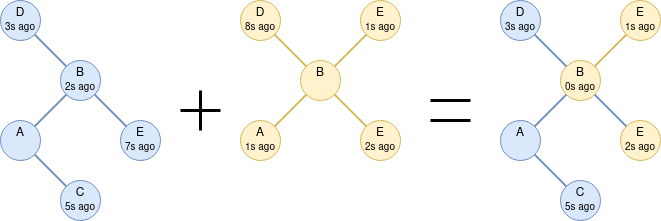
Before: images/lsa.png, a diagram exported from draw.io (benmandrew/DTLSR-Dissertation). Source tidied: cells renumbered, new cells last; positions are measured from the earlier drawing's top-left corner, leaving out a move shared by most shapes.
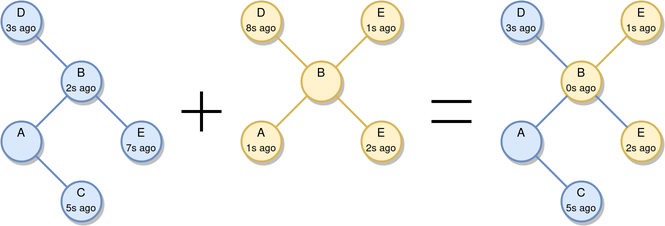
After the change.

The edit, as a diff of the source:
```diff
@@ -2,22 +2,22 @@
   <root>
     <mxCell id="0" />
     <mxCell id="1" parent="0" />
-    <mxCell id="2" value="&lt;div&gt;A&lt;/div&gt;&lt;font style=&quot;font-size: 10px&quot;&gt;&lt;br&gt;&lt;/font&gt;" style="ellipse;whiteSpace=wrap;html=1;fillColor=#dae8fc;strokeColor=#6c8ebf;" parent="1" vertex="1">
+    <mxCell id="2" value="&lt;div&gt;A&lt;/div&gt;&lt;font style=&quot;font-size: 10px&quot;&gt;&lt;br&gt;&lt;/font&gt;" style="ellipse;whiteSpace=wrap;html=1;fillColor=#dae8fc;strokeColor=#6c8ebf;strokeWidth=2;shadow=1;" parent="1" vertex="1">
       <mxGeometry y="120" width="40" height="40" as="geometry" />
     </mxCell>
-    <mxCell id="3" value="&lt;div&gt;C&lt;/div&gt;&lt;div&gt;&lt;font style=&quot;font-size: 10px&quot;&gt;5s ago&lt;/font&gt;&lt;/div&gt;" style="ellipse;whiteSpace=wrap;html=1;fillColor=#dae8fc;strokeColor=#6c8ebf;" parent="1" vertex="1">
+    <mxCell id="3" value="&lt;div&gt;C&lt;/div&gt;&lt;div&gt;&lt;font style=&quot;font-size: 10px&quot;&gt;5s ago&lt;/font&gt;&lt;/div&gt;" style="ellipse;whiteSpace=wrap;html=1;fillColor=#dae8fc;strokeColor=#6c8ebf;strokeWidth=2;shadow=1;" parent="1" vertex="1">
       <mxGeometry x="60" y="180" width="40" height="40" as="geometry" />
     </mxCell>
-    <mxCell id="4" value="B&lt;br&gt;&lt;div&gt;&lt;font style=&quot;font-size: 10px&quot;&gt;2s ago&lt;/font&gt;&lt;/div&gt;" style="ellipse;whiteSpace=wrap;html=1;fillColor=#dae8fc;strokeColor=#6c8ebf;" parent="1" vertex="1">
+    <mxCell id="4" value="B&lt;br&gt;&lt;div&gt;&lt;font style=&quot;font-size: 10px&quot;&gt;2s ago&lt;/font&gt;&lt;/div&gt;" style="ellipse;whiteSpace=wrap;html=1;fillColor=#dae8fc;strokeColor=#6c8ebf;strokeWidth=2;shadow=1;" parent="1" vertex="1">
       <mxGeometry x="60" y="60" width="40" height="40" as="geometry" />
     </mxCell>
-    <mxCell id="5" value="&lt;div&gt;D&lt;/div&gt;&lt;div&gt;&lt;font style=&quot;font-size: 10px&quot;&gt;3s ago&lt;/font&gt;&lt;/div&gt;" style="ellipse;whiteSpace=wrap;html=1;fillColor=#dae8fc;strokeColor=#6c8ebf;" parent="1" vertex="1">
+    <mxCell id="5" value="&lt;div&gt;D&lt;/div&gt;&lt;div&gt;&lt;font style=&quot;font-size: 10px&quot;&gt;3s ago&lt;/font&gt;&lt;/div&gt;" style="ellipse;whiteSpace=wrap;html=1;fillColor=#dae8fc;strokeColor=#6c8ebf;strokeWidth=2;shadow=1;" parent="1" vertex="1">
       <mxGeometry width="40" height="40" as="geometry" />
     </mxCell>
-    <mxCell id="6" value="&lt;div&gt;E&lt;/div&gt;&lt;div&gt;&lt;font style=&quot;font-size: 10px&quot;&gt;1s ago&lt;/font&gt;&lt;/div&gt;" style="ellipse;whiteSpace=wrap;html=1;fillColor=#fff2cc;strokeColor=#d6b656;" parent="1" vertex="1">
+    <mxCell id="6" value="&lt;div&gt;E&lt;/div&gt;&lt;div&gt;&lt;font style=&quot;font-size: 10px&quot;&gt;1s ago&lt;/font&gt;&lt;/div&gt;" style="ellipse;whiteSpace=wrap;html=1;fillColor=#fff2cc;strokeColor=#d6b656;strokeWidth=2;shadow=1;" parent="1" vertex="1">
       <mxGeometry x="360" width="40" height="40" as="geometry" />
     </mxCell>
-    <mxCell id="7" value="&lt;div&gt;E&lt;/div&gt;&lt;div&gt;&lt;font style=&quot;font-size: 10px&quot;&gt;7s ago&lt;/font&gt;&lt;/div&gt;" style="ellipse;whiteSpace=wrap;html=1;fillColor=#dae8fc;strokeColor=#6c8ebf;" parent="1" vertex="1">
+    <mxCell id="7" value="&lt;div&gt;E&lt;/div&gt;&lt;div&gt;&lt;font style=&quot;font-size: 10px&quot;&gt;7s ago&lt;/font&gt;&lt;/div&gt;" style="ellipse;whiteSpace=wrap;html=1;fillColor=#dae8fc;strokeColor=#6c8ebf;strokeWidth=2;shadow=1;" parent="1" vertex="1">
       <mxGeometry x="120" y="120" width="40" height="40" as="geometry" />
     </mxCell>
     <mxCell id="8" style="endArrow=none;html=1;rounded=0;exitX=1;exitY=0;exitDx=0;exitDy=0;entryX=0;entryY=1;entryDx=0;entryDy=0;strokeWidth=2;fillColor=#dae8fc;strokeColor=#6c8ebf;" parent="1" edge="1" source="2" target="4">
@@ -35,16 +35,16 @@
     <mxCell id="12" style="endArrow=none;html=1;rounded=0;exitX=1;exitY=0;exitDx=0;exitDy=0;entryX=0;entryY=1;entryDx=0;entryDy=0;strokeWidth=2;fillColor=#fff2cc;strokeColor=#d6b656;" parent="1" edge="1" source="14" target="6">
       <mxGeometry relative="1" as="geometry" />
     </mxCell>
-    <mxCell id="13" value="&lt;div&gt;A&lt;/div&gt;&lt;font style=&quot;font-size: 10px&quot;&gt;1s ago&lt;/font&gt;" style="ellipse;whiteSpace=wrap;html=1;fillColor=#fff2cc;strokeColor=#d6b656;" parent="1" vertex="1">
+    <mxCell id="13" value="&lt;div&gt;A&lt;/div&gt;&lt;font style=&quot;font-size: 10px&quot;&gt;1s ago&lt;/font&gt;" style="ellipse;whiteSpace=wrap;html=1;fillColor=#fff2cc;strokeColor=#d6b656;strokeWidth=2;shadow=1;" parent="1" vertex="1">
       <mxGeometry x="240" y="120" width="40" height="40" as="geometry" />
     </mxCell>
-    <mxCell id="14" value="B&lt;br&gt;&lt;div&gt;&lt;font style=&quot;font-size: 10px&quot;&gt;&lt;br&gt;&lt;/font&gt;&lt;/div&gt;" style="ellipse;whiteSpace=wrap;html=1;fillColor=#fff2cc;strokeColor=#d6b656;" parent="1" vertex="1">
+    <mxCell id="14" value="B&lt;br&gt;&lt;div&gt;&lt;font style=&quot;font-size: 10px&quot;&gt;&lt;br&gt;&lt;/font&gt;&lt;/div&gt;" style="ellipse;whiteSpace=wrap;html=1;fillColor=#fff2cc;strokeColor=#d6b656;strokeWidth=2;shadow=1;" parent="1" vertex="1">
       <mxGeometry x="300" y="60" width="40" height="40" as="geometry" />
     </mxCell>
-    <mxCell id="15" value="&lt;div&gt;D&lt;/div&gt;&lt;div&gt;&lt;font style=&quot;font-size: 10px&quot;&gt;8s ago&lt;/font&gt;&lt;/div&gt;" style="ellipse;whiteSpace=wrap;html=1;fillColor=#fff2cc;strokeColor=#d6b656;" parent="1" vertex="1">
+    <mxCell id="15" value="&lt;div&gt;D&lt;/div&gt;&lt;div&gt;&lt;font style=&quot;font-size: 10px&quot;&gt;8s ago&lt;/font&gt;&lt;/div&gt;" style="ellipse;whiteSpace=wrap;html=1;fillColor=#fff2cc;strokeColor=#d6b656;strokeWidth=2;shadow=1;" parent="1" vertex="1">
       <mxGeometry x="240" width="40" height="40" as="geometry" />
     </mxCell>
-    <mxCell id="16" value="&lt;div&gt;E&lt;br&gt;&lt;/div&gt;&lt;font style=&quot;font-size: 10px&quot;&gt;2s ago&lt;/font&gt;" style="ellipse;whiteSpace=wrap;html=1;fillColor=#fff2cc;strokeColor=#d6b656;" parent="1" vertex="1">
+    <mxCell id="16" value="&lt;div&gt;E&lt;br&gt;&lt;/div&gt;&lt;font style=&quot;font-size: 10px&quot;&gt;2s ago&lt;/font&gt;" style="ellipse;whiteSpace=wrap;html=1;fillColor=#fff2cc;strokeColor=#d6b656;strokeWidth=2;shadow=1;" parent="1" vertex="1">
       <mxGeometry x="360" y="120" width="40" height="40" as="geometry" />
     </mxCell>
     <mxCell id="17" style="endArrow=none;html=1;rounded=0;exitX=1;exitY=0;exitDx=0;exitDy=0;entryX=0;entryY=1;entryDx=0;entryDy=0;strokeWidth=2;fillColor=#fff2cc;strokeColor=#d6b656;" parent="1" edge="1" source="13" target="14">
@@ -80,19 +80,19 @@
         <mxPoint x="430" y="120" as="targetPoint" />
       </mxGeometry>
     </mxCell>
-    <mxCell id="24" value="&lt;div&gt;A&lt;/div&gt;&lt;font style=&quot;font-size: 10px&quot;&gt;&lt;br&gt;&lt;/font&gt;" style="ellipse;whiteSpace=wrap;html=1;fillColor=#dae8fc;strokeColor=#6c8ebf;" parent="1" vertex="1">
+    <mxCell id="24" value="&lt;div&gt;A&lt;/div&gt;&lt;font style=&quot;font-size: 10px&quot;&gt;&lt;br&gt;&lt;/font&gt;" style="ellipse;whiteSpace=wrap;html=1;fillColor=#dae8fc;strokeColor=#6c8ebf;strokeWidth=2;shadow=1;" parent="1" vertex="1">
       <mxGeometry x="500" y="120" width="40" height="40" as="geometry" />
     </mxCell>
-    <mxCell id="25" value="&lt;div&gt;C&lt;/div&gt;&lt;div&gt;&lt;font style=&quot;font-size: 10px&quot;&gt;5s ago&lt;/font&gt;&lt;/div&gt;" style="ellipse;whiteSpace=wrap;html=1;fillColor=#dae8fc;strokeColor=#6c8ebf;" parent="1" vertex="1">
+    <mxCell id="25" value="&lt;div&gt;C&lt;/div&gt;&lt;div&gt;&lt;font style=&quot;font-size: 10px&quot;&gt;5s ago&lt;/font&gt;&lt;/div&gt;" style="ellipse;whiteSpace=wrap;html=1;fillColor=#dae8fc;strokeColor=#6c8ebf;strokeWidth=2;shadow=1;" parent="1" vertex="1">
       <mxGeometry x="560" y="180" width="40" height="40" as="geometry" />
     </mxCell>
-    <mxCell id="26" value="B&lt;br&gt;&lt;div&gt;&lt;font style=&quot;font-size: 10px&quot;&gt;0s ago&lt;/font&gt;&lt;/div&gt;" style="ellipse;whiteSpace=wrap;html=1;fillColor=#fff2cc;strokeColor=#d6b656;" parent="1" vertex="1">
+    <mxCell id="26" value="B&lt;br&gt;&lt;div&gt;&lt;font style=&quot;font-size: 10px&quot;&gt;0s ago&lt;/font&gt;&lt;/div&gt;" style="ellipse;whiteSpace=wrap;html=1;fillColor=#fff2cc;strokeColor=#d6b656;strokeWidth=2;shadow=1;" parent="1" vertex="1">
       <mxGeometry x="560" y="60" width="40" height="40" as="geometry" />
     </mxCell>
-    <mxCell id="27" value="&lt;div&gt;D&lt;/div&gt;&lt;div&gt;&lt;font style=&quot;font-size: 10px&quot;&gt;3s ago&lt;/font&gt;&lt;/div&gt;" style="ellipse;whiteSpace=wrap;html=1;fillColor=#dae8fc;strokeColor=#6c8ebf;" parent="1" vertex="1">
+    <mxCell id="27" value="&lt;div&gt;D&lt;/div&gt;&lt;div&gt;&lt;font style=&quot;font-size: 10px&quot;&gt;3s ago&lt;/font&gt;&lt;/div&gt;" style="ellipse;whiteSpace=wrap;html=1;fillColor=#dae8fc;strokeColor=#6c8ebf;strokeWidth=2;shadow=1;" parent="1" vertex="1">
       <mxGeometry x="500" width="40" height="40" as="geometry" />
     </mxCell>
-    <mxCell id="28" value="&lt;div&gt;E&lt;/div&gt;&lt;div&gt;&lt;font style=&quot;font-size: 10px&quot;&gt;2s ago&lt;/font&gt;&lt;/div&gt;" style="ellipse;whiteSpace=wrap;html=1;fillColor=#fff2cc;strokeColor=#d6b656;" parent="1" vertex="1">
+    <mxCell id="28" value="&lt;div&gt;E&lt;/div&gt;&lt;div&gt;&lt;font style=&quot;font-size: 10px&quot;&gt;2s ago&lt;/font&gt;&lt;/div&gt;" style="ellipse;whiteSpace=wrap;html=1;fillColor=#fff2cc;strokeColor=#d6b656;strokeWidth=2;shadow=1;" parent="1" vertex="1">
       <mxGeometry x="620" y="120" width="40" height="40" as="geometry" />
     </mxCell>
     <mxCell id="29" style="endArrow=none;html=1;rounded=0;exitX=1;exitY=0;exitDx=0;exitDy=0;entryX=0;entryY=1;entryDx=0;entryDy=0;strokeWidth=2;fillColor=#dae8fc;strokeColor=#6c8ebf;" parent="1" edge="1" source="24" target="26">
@@ -107,7 +107,7 @@
     <mxCell id="32" style="endArrow=none;html=1;rounded=0;exitX=0;exitY=0;exitDx=0;exitDy=0;entryX=1;entryY=1;entryDx=0;entryDy=0;strokeWidth=2;fillColor=#dae8fc;strokeColor=#6c8ebf;" parent="1" edge="1" source="26" target="27">
       <mxGeometry relative="1" as="geometry" />
     </mxCell>
-    <mxCell id="33" value="&lt;div&gt;E&lt;/div&gt;&lt;div&gt;&lt;font style=&quot;font-size: 10px&quot;&gt;1s ago&lt;/font&gt;&lt;/div&gt;" style="ellipse;whiteSpace=wrap;html=1;fillColor=#fff2cc;strokeColor=#d6b656;" parent="1" vertex="1">
+    <mxCell id="33" value="&lt;div&gt;E&lt;/div&gt;&lt;div&gt;&lt;font style=&quot;font-size: 10px&quot;&gt;1s ago&lt;/font&gt;&lt;/div&gt;" style="ellipse;whiteSpace=wrap;html=1;fillColor=#fff2cc;strokeColor=#d6b656;strokeWidth=2;shadow=1;" parent="1" vertex="1">
       <mxGeometry x="620" width="40" height="40" as="geometry" />
     </mxCell>
     <mxCell id="34" style="endArrow=none;html=1;rounded=0;exitX=1;exitY=0;exitDx=0;exitDy=0;entryX=0;entryY=1;entryDx=0;entryDy=0;fillColor=#fff2cc;strokeColor=#d6b656;strokeWidth=2;" parent="1" edge="1" source="26" target="33">
```
